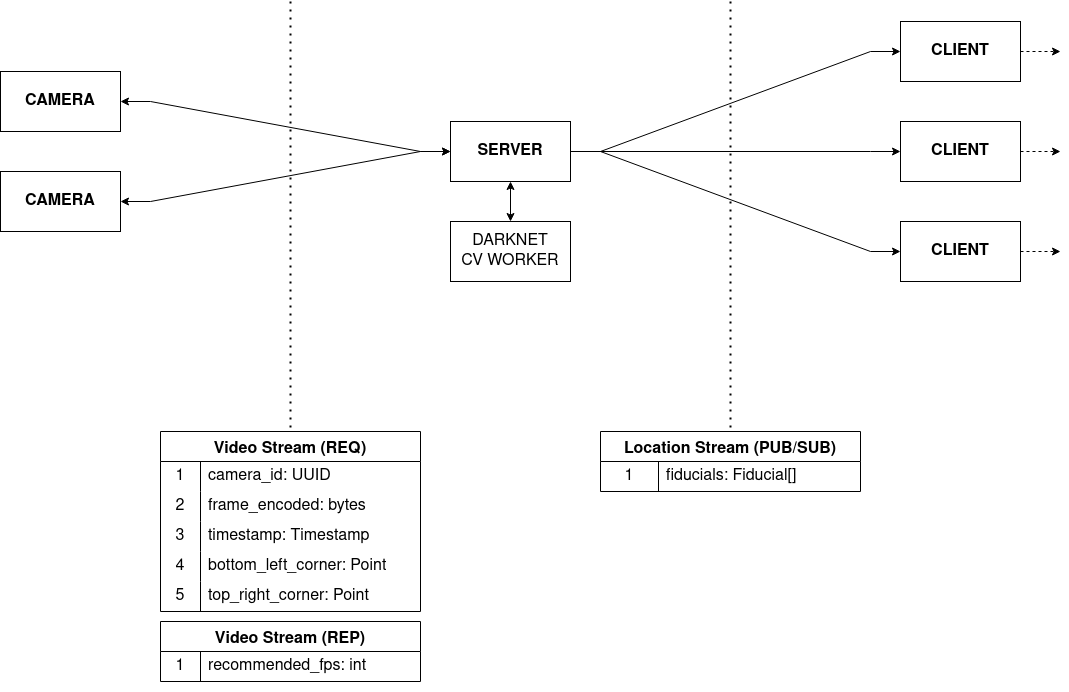
mahyarmirrashed/fiducial-tracker keeps this draw.io diagram as res/architecture.png. Above is the earlier version. Source tidied: cells renumbered, new cells last; positions are measured from the earlier drawing's top-left corner, leaving out a move shared by most shapes.
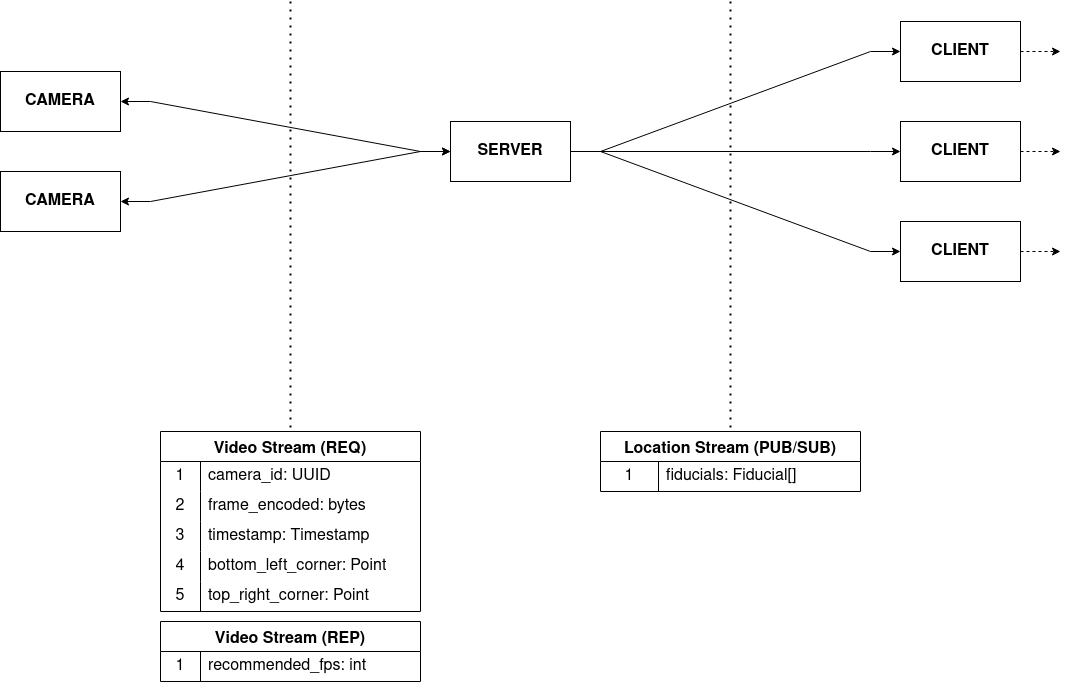
Later version of the same file.

Commit message:
chore: update diagrams to reflect removed `darknet` component

The edit, as a diff of the source:
```diff
@@ -20,9 +20,6 @@
     <mxCell id="7" value="CAMERA" style="rounded=0;whiteSpace=wrap;html=1;fontSize=16;fontStyle=1;" parent="1" vertex="1">
       <mxGeometry y="70" width="120" height="60" as="geometry" />
     </mxCell>
-    <mxCell id="8" style="endArrow=classic;startArrow=classic;html=1;rounded=0;exitX=0.5;exitY=0;exitDx=0;exitDy=0;" parent="1" edge="1" source="43" target="2">
-      <mxGeometry relative="1" as="geometry" />
-    </mxCell>
     <mxCell id="9" style="endArrow=classic;html=1;rounded=0;edgeStyle=entityRelationEdgeStyle;startArrow=classic;startFill=1;" parent="1" edge="1" source="7" target="2">
       <mxGeometry relative="1" as="geometry" />
     </mxCell>
@@ -131,9 +128,6 @@
     <mxCell id="42" value="recommended_fps: int" style="shape=partialRectangle;html=1;whiteSpace=wrap;fillColor=none;top=0;left=0;bottom=0;right=0;align=left;spacingLeft=6;overflow=hidden;strokeColor=inherit;fontSize=16;" parent="40" vertex="1">
       <mxGeometry x="40" width="220" height="30" as="geometry" />
     </mxCell>
-    <mxCell id="43" value="&lt;div&gt;DARKNET&lt;/div&gt;&lt;div&gt;CV WORKER&lt;br&gt;&lt;/div&gt;" style="rounded=0;whiteSpace=wrap;html=1;fontSize=16;" parent="1" vertex="1">
-      <mxGeometry x="450" y="220" width="120" height="60" as="geometry" />
-    </mxCell>
     <mxCell id="44" style="endArrow=none;dashed=1;html=1;dashPattern=1 3;strokeWidth=2;rounded=0;fontSize=16;entryX=0.5;entryY=0;entryDx=0;entryDy=0;" parent="1" edge="1" target="17">
       <mxGeometry relative="1" as="geometry">
         <mxPoint x="290" as="sourcePoint" />
```
